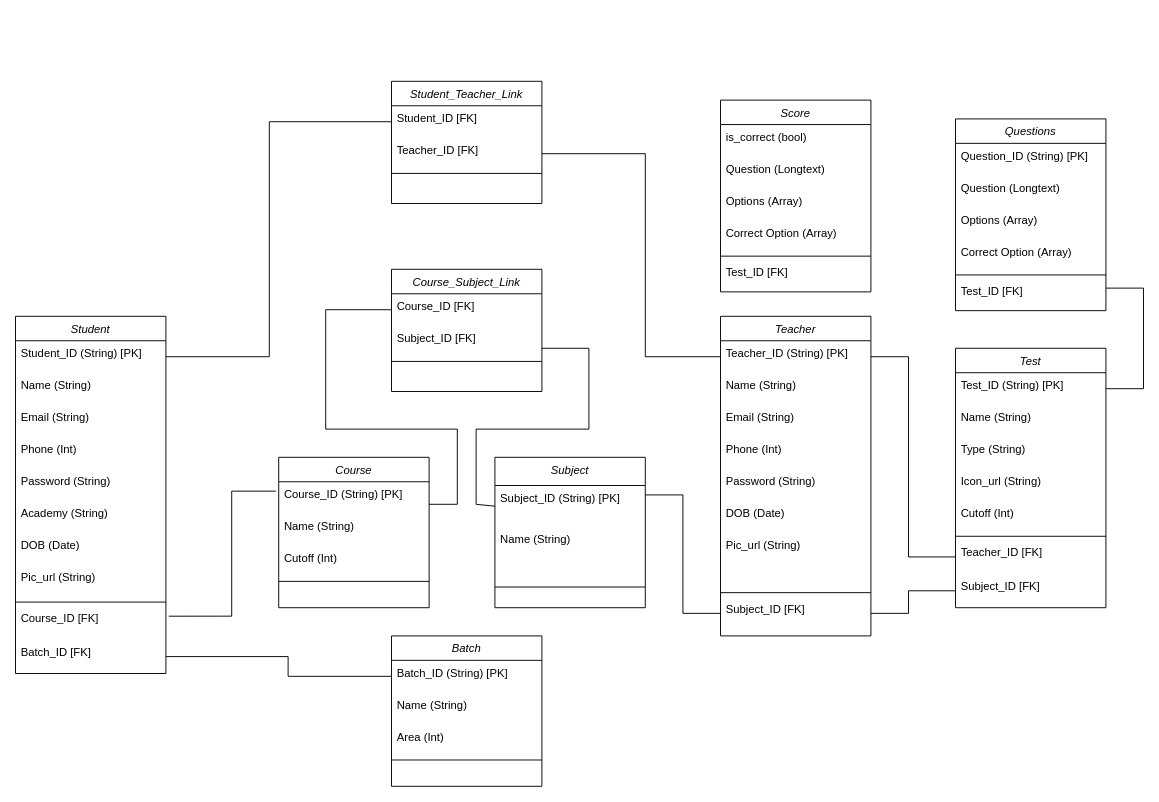
hemangmonga/QuizApp keeps this draw.io diagram as Untitled Diagram.drawio. Above is the earlier version. Source tidied: cells renumbered, new cells numbered last; positions are measured from the earlier drawing's top-left corner, leaving out a move shared by most shapes. Both pictures are drawn from the tidied source at 94%, with x=0, y=0 at pixel (15, 81).
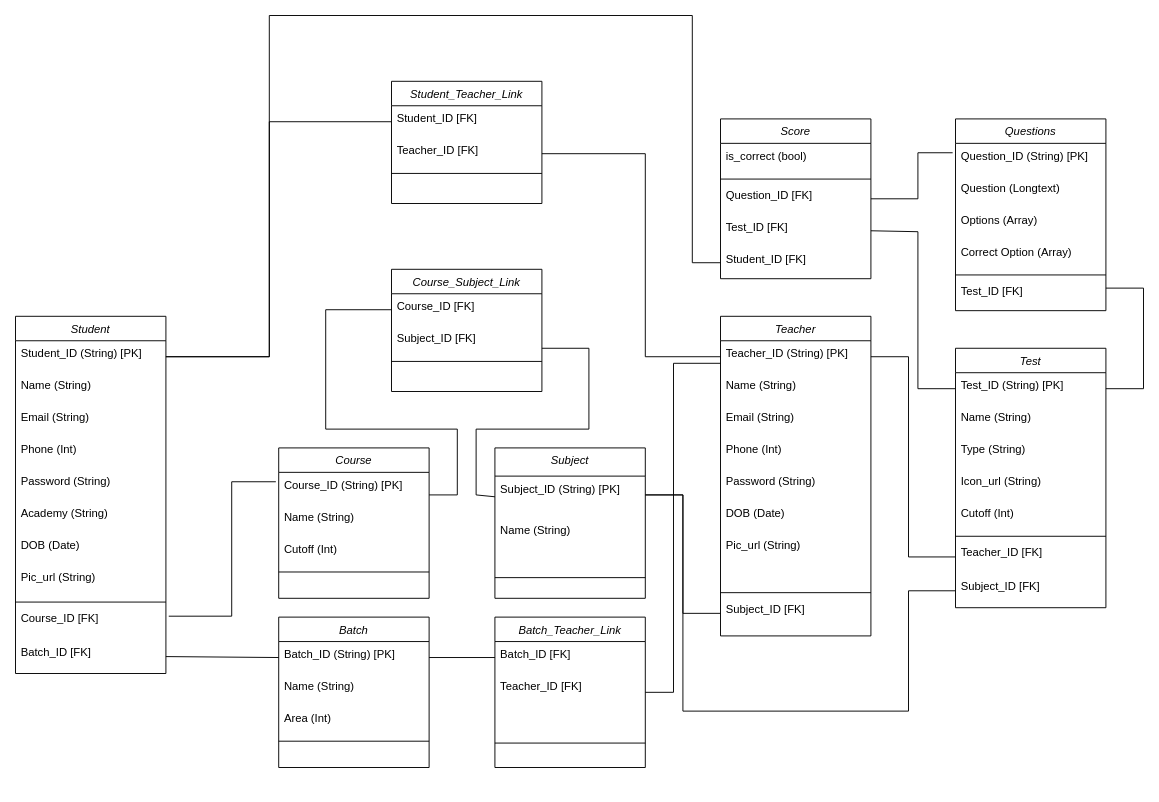
Above is the later version.

Unchanged cells that the change refers to:
```xml
<mxCell id="3" value="Student_ID (String) [PK]" style="text;align=left;verticalAlign=top;spacingLeft=4;spacingRight=4;overflow=hidden;points=[[0,0.5],[1,0.5]];portConstraint=eastwest;" parent="2" vertex="1">
  <mxGeometry y="26" width="160" height="34" as="geometry" />
</mxCell>
<mxCell id="12" value="Course_ID [FK]" style="text;align=left;verticalAlign=top;spacingLeft=4;spacingRight=4;overflow=hidden;points=[[0,0.5],[1,0.5]];portConstraint=eastwest;" parent="2" vertex="1">
  <mxGeometry y="308" width="160" height="36" as="geometry" />
</mxCell>
<mxCell id="13" value="Batch_ID [FK]" style="text;align=left;verticalAlign=top;spacingLeft=4;spacingRight=4;overflow=hidden;points=[[0,0.5],[1,0.5]];portConstraint=eastwest;" parent="2" vertex="1">
  <mxGeometry y="344" width="160" height="36" as="geometry" />
</mxCell>
<mxCell id="15" value="Course_ID (String) [PK]" style="text;align=left;verticalAlign=top;spacingLeft=4;spacingRight=4;overflow=hidden;points=[[0,0.5],[1,0.5]];portConstraint=eastwest;" parent="14" vertex="1">
  <mxGeometry y="26" width="160" height="34" as="geometry" />
</mxCell>
<mxCell id="21" value="Batch_ID (String) [PK]" style="text;align=left;verticalAlign=top;spacingLeft=4;spacingRight=4;overflow=hidden;points=[[0,0.5],[1,0.5]];portConstraint=eastwest;" parent="20" vertex="1">
  <mxGeometry y="26" width="160" height="34" as="geometry" />
</mxCell>
<mxCell id="27" value="Subject_ID (String) [PK]" style="text;align=left;verticalAlign=top;spacingLeft=4;spacingRight=4;overflow=hidden;points=[[0,0.5],[1,0.5]];portConstraint=eastwest;" parent="26" vertex="1">
  <mxGeometry y="30" width="160" height="44" as="geometry" />
</mxCell>
<mxCell id="31" value="Course_ID [FK]" style="text;align=left;verticalAlign=top;spacingLeft=4;spacingRight=4;overflow=hidden;points=[[0,0.5],[1,0.5]];portConstraint=eastwest;" parent="30" vertex="1">
  <mxGeometry y="26" width="160" height="34" as="geometry" />
</mxCell>
<mxCell id="32" value="Subject_ID [FK]&#10; " style="text;align=left;verticalAlign=top;spacingLeft=4;spacingRight=4;overflow=hidden;points=[[0,0.5],[1,0.5]];portConstraint=eastwest;" parent="30" vertex="1">
  <mxGeometry y="60" width="160" height="34" as="geometry" />
</mxCell>
<mxCell id="45" value="Subject_ID [FK]" style="text;align=left;verticalAlign=top;spacingLeft=4;spacingRight=4;overflow=hidden;points=[[0,0.5],[1,0.5]];portConstraint=eastwest;" parent="36" vertex="1">
  <mxGeometry y="298" width="160" height="36" as="geometry" />
</mxCell>
<mxCell id="54" value="Test_ID (String) [PK]" style="text;align=left;verticalAlign=top;spacingLeft=4;spacingRight=4;overflow=hidden;points=[[0,0.5],[1,0.5]];portConstraint=eastwest;" parent="53" vertex="1">
  <mxGeometry y="26" width="160" height="34" as="geometry" />
</mxCell>
<mxCell id="61" value="Subject_ID [FK]" style="text;align=left;verticalAlign=top;spacingLeft=4;spacingRight=4;overflow=hidden;points=[[0,0.5],[1,0.5]];portConstraint=eastwest;" parent="53" vertex="1">
  <mxGeometry y="240" width="160" height="36" as="geometry" />
</mxCell>
<mxCell id="65" value="Question_ID (String) [PK]" style="text;align=left;verticalAlign=top;spacingLeft=4;spacingRight=4;overflow=hidden;points=[[0,0.5],[1,0.5]];portConstraint=eastwest;" parent="64" vertex="1">
  <mxGeometry y="26" width="160" height="34" as="geometry" />
</mxCell>
```

Change to the diagram source:
```diff
@@
     <mxCell id="14" value="Course" style="swimlane;fontStyle=2;align=center;verticalAlign=top;horizontal=1;startSize=26;rounded=0;shadow=0;strokeWidth=1;" parent="1" vertex="1">
-      <mxGeometry x="280" y="400" width="160" height="160" as="geometry" />
+      <mxGeometry x="280" y="390" width="160" height="160" as="geometry" />
     </mxCell>
@@
     <mxCell id="19" style="endArrow=none;html=1;rounded=0;exitX=1.019;exitY=0.306;exitDx=0;exitDy=0;exitPerimeter=0;entryX=-0.019;entryY=0.294;entryDx=0;entryDy=0;entryPerimeter=0;" parent="1" edge="1" source="12" target="15">
       <mxGeometry relative="1" as="geometry">
         <Array as="points">
           <mxPoint x="230" y="569" />
-          <mxPoint x="230" y="436" />
+          <mxPoint x="230" y="426" />
         </Array>
       </mxGeometry>
     </mxCell>
     <mxCell id="20" value="Batch" style="swimlane;fontStyle=2;align=center;verticalAlign=top;horizontal=1;startSize=26;rounded=0;shadow=0;strokeWidth=1;" parent="1" vertex="1">
-      <mxGeometry x="400" y="590" width="160" height="160" as="geometry" />
+      <mxGeometry x="280" y="570" width="160" height="160" as="geometry" />
     </mxCell>
@@
-    <mxCell id="25" style="endArrow=none;html=1;rounded=0;exitX=1;exitY=0.5;exitDx=0;exitDy=0;entryX=0;entryY=0.5;entryDx=0;entryDy=0;" parent="1" edge="1" source="13" target="21">
-      <mxGeometry relative="1" as="geometry">
-        <Array as="points">
-          <mxPoint x="290" y="612" />
-          <mxPoint x="290" y="633" />
-        </Array>
-      </mxGeometry>
-    </mxCell>
     <mxCell id="26" value="Subject" style="swimlane;fontStyle=2;align=center;verticalAlign=top;horizontal=1;startSize=30;rounded=0;shadow=0;strokeWidth=1;" parent="1" vertex="1">
-      <mxGeometry x="510" y="400" width="160" height="160" as="geometry" />
+      <mxGeometry x="510" y="390" width="160" height="160" as="geometry" />
     </mxCell>
@@
     <mxCell id="34" style="endArrow=none;html=1;rounded=0;exitX=1;exitY=0.706;exitDx=0;exitDy=0;exitPerimeter=0;entryX=0;entryY=0.5;entryDx=0;entryDy=0;" parent="1" edge="1" source="15" target="31">
       <mxGeometry relative="1" as="geometry">
         <Array as="points">
-          <mxPoint x="470" y="450" />
+          <mxPoint x="470" y="440" />
           <mxPoint x="470" y="370" />
           <mxPoint x="330" y="370" />
           <mxPoint x="330" y="243" />
         </Array>
       </mxGeometry>
     </mxCell>
     <mxCell id="35" style="endArrow=none;html=1;rounded=0;exitX=1;exitY=0.706;exitDx=0;exitDy=0;exitPerimeter=0;entryX=0;entryY=0.5;entryDx=0;entryDy=0;" parent="1" edge="1" source="32" target="27">
       <mxGeometry relative="1" as="geometry">
         <Array as="points">
           <mxPoint x="610" y="284" />
           <mxPoint x="610" y="370" />
           <mxPoint x="490" y="370" />
-          <mxPoint x="490" y="450" />
+          <mxPoint x="490" y="440" />
         </Array>
       </mxGeometry>
     </mxCell>
@@
-    <mxCell id="62" style="endArrow=none;html=1;rounded=0;exitX=1;exitY=0.5;exitDx=0;exitDy=0;entryX=0;entryY=0.5;entryDx=0;entryDy=0;" parent="1" edge="1" source="45" target="61">
+    <mxCell id="62" style="endArrow=none;html=1;rounded=0;entryX=0;entryY=0.5;entryDx=0;entryDy=0;" parent="1" edge="1" target="61">
       <mxGeometry relative="1" as="geometry">
+        <mxPoint x="670" y="440" as="sourcePoint" />
         <Array as="points">
-          <mxPoint x="950" y="566" />
+          <mxPoint x="710" y="440" />
+          <mxPoint x="710" y="670" />
+          <mxPoint x="950" y="670" />
           <mxPoint x="950" y="542" />
         </Array>
       </mxGeometry>
     </mxCell>
@@
     <mxCell id="72" value="Score" style="swimlane;fontStyle=2;align=center;verticalAlign=top;horizontal=1;startSize=26;rounded=0;shadow=0;strokeWidth=1;" parent="1" vertex="1">
-      <mxGeometry x="750" y="20" width="160" height="204" as="geometry" />
+      <mxGeometry x="750" y="40" width="160" height="170" as="geometry" />
     </mxCell>
@@
+    <mxCell id="77" style="line;html=1;strokeWidth=1;align=left;verticalAlign=middle;spacingTop=-1;spacingLeft=3;spacingRight=3;labelPosition=right;" parent="72" vertex="1">
+      <mxGeometry y="60" width="160" height="8" as="geometry" />
+    </mxCell>
-    <mxCell id="74" value="Question (Longtext) " style="text;align=left;verticalAlign=top;spacingLeft=4;spacingRight=4;overflow=hidden;points=[[0,0.5],[1,0.5]];portConstraint=eastwest;" parent="72" vertex="1">
-      <mxGeometry y="60" width="160" height="34" as="geometry" />
+    <mxCell id="74" value="Question_ID [FK]" style="text;align=left;verticalAlign=top;spacingLeft=4;spacingRight=4;overflow=hidden;points=[[0,0.5],[1,0.5]];portConstraint=eastwest;" parent="72" vertex="1">
+      <mxGeometry y="68" width="160" height="34" as="geometry" />
     </mxCell>
+    <mxCell id="78" value="Test_ID [FK]" style="text;align=left;verticalAlign=top;spacingLeft=4;spacingRight=4;overflow=hidden;points=[[0,0.5],[1,0.5]];portConstraint=eastwest;" parent="72" vertex="1">
+      <mxGeometry y="102" width="160" height="34" as="geometry" />
+    </mxCell>
-    <mxCell id="75" value="Options (Array)" style="text;align=left;verticalAlign=top;spacingLeft=4;spacingRight=4;overflow=hidden;points=[[0,0.5],[1,0.5]];portConstraint=eastwest;" parent="72" vertex="1">
-      <mxGeometry y="94" width="160" height="34" as="geometry" />
+    <mxCell id="75" value="Student_ID [FK]" style="text;align=left;verticalAlign=top;spacingLeft=4;spacingRight=4;overflow=hidden;points=[[0,0.5],[1,0.5]];portConstraint=eastwest;" parent="72" vertex="1">
+      <mxGeometry y="136" width="160" height="34" as="geometry" />
     </mxCell>
-    <mxCell id="76" value="Correct Option (Array)" style="text;align=left;verticalAlign=top;spacingLeft=4;spacingRight=4;overflow=hidden;" parent="72" vertex="1">
-      <mxGeometry y="128" width="160" height="34" as="geometry" />
-    </mxCell>
-    <mxCell id="77" style="line;html=1;strokeWidth=1;align=left;verticalAlign=middle;spacingTop=-1;spacingLeft=3;spacingRight=3;labelPosition=right;" parent="72" vertex="1">
-      <mxGeometry y="162" width="160" height="8" as="geometry" />
-    </mxCell>
-    <mxCell id="78" value="Test_ID [FK]" style="text;align=left;verticalAlign=top;spacingLeft=4;spacingRight=4;overflow=hidden;points=[[0,0.5],[1,0.5]];portConstraint=eastwest;" parent="72" vertex="1">
-      <mxGeometry y="170" width="160" height="34" as="geometry" />
-    </mxCell>
+    <mxCell id="79" value="Batch_Teacher_Link" style="swimlane;fontStyle=2;align=center;verticalAlign=top;horizontal=1;startSize=26;rounded=0;shadow=0;strokeWidth=1;" parent="1" vertex="1">
+      <mxGeometry x="510" y="570" width="160" height="160" as="geometry" />
+    </mxCell>
+    <mxCell id="80" value="Batch_ID [FK]" style="text;align=left;verticalAlign=top;spacingLeft=4;spacingRight=4;overflow=hidden;points=[[0,0.5],[1,0.5]];portConstraint=eastwest;" parent="79" vertex="1">
+      <mxGeometry y="26" width="160" height="34" as="geometry" />
+    </mxCell>
+    <mxCell id="81" value="Teacher_ID [FK]" style="text;align=left;verticalAlign=top;spacingLeft=4;spacingRight=4;overflow=hidden;points=[[0,0.5],[1,0.5]];portConstraint=eastwest;" parent="79" vertex="1">
+      <mxGeometry y="60" width="160" height="70" as="geometry" />
+    </mxCell>
+    <mxCell id="82" style="line;html=1;strokeWidth=1;align=left;verticalAlign=middle;spacingTop=-1;spacingLeft=3;spacingRight=3;labelPosition=right;" parent="79" vertex="1">
+      <mxGeometry y="130" width="160" height="8" as="geometry" />
+    </mxCell>
+    <mxCell id="25" style="endArrow=none;html=1;rounded=0;entryX=0;entryY=0.5;entryDx=0;entryDy=0;exitX=1;exitY=0.5;exitDx=0;exitDy=0;" parent="1" edge="1" source="13" target="21">
+      <mxGeometry relative="1" as="geometry" />
+    </mxCell>
+    <mxCell id="83" style="endArrow=none;html=1;rounded=0;entryX=0;entryY=0.5;entryDx=0;entryDy=0;exitX=1;exitY=0.5;exitDx=0;exitDy=0;" parent="1" edge="1" source="21" target="80">
+      <mxGeometry relative="1" as="geometry" />
+    </mxCell>
+    <mxCell id="84" style="endArrow=none;html=1;rounded=0;exitX=1;exitY=0.286;exitDx=0;exitDy=0;exitPerimeter=0;" parent="1" edge="1" source="81">
+      <mxGeometry relative="1" as="geometry">
+        <mxPoint x="750" y="300" as="targetPoint" />
+        <Array as="points">
+          <mxPoint x="700" y="650" />
+          <mxPoint x="700" y="300" />
+        </Array>
+      </mxGeometry>
+    </mxCell>
+    <mxCell id="85" style="endArrow=none;html=1;rounded=0;entryX=0;entryY=0.5;entryDx=0;entryDy=0;exitX=1;exitY=0.5;exitDx=0;exitDy=0;" parent="1" edge="1" source="78" target="54">
+      <mxGeometry relative="1" as="geometry">
+        <Array as="points">
+          <mxPoint x="960" y="160" />
+          <mxPoint x="960" y="327" />
+        </Array>
+      </mxGeometry>
+    </mxCell>
+    <mxCell id="86" style="endArrow=none;html=1;rounded=0;entryX=-0.019;entryY=0.294;entryDx=0;entryDy=0;exitX=1;exitY=0.5;exitDx=0;exitDy=0;entryPerimeter=0;" parent="1" edge="1" source="74" target="65">
+      <mxGeometry relative="1" as="geometry">
+        <Array as="points">
+          <mxPoint x="960" y="125" />
+          <mxPoint x="960" y="76" />
+        </Array>
+      </mxGeometry>
+    </mxCell>
+    <mxCell id="87" style="endArrow=none;html=1;rounded=0;entryX=0;entryY=0.5;entryDx=0;entryDy=0;exitX=1;exitY=0.5;exitDx=0;exitDy=0;" parent="1" edge="1" source="3" target="75">
+      <mxGeometry relative="1" as="geometry">
+        <Array as="points">
+          <mxPoint x="270" y="293" />
+          <mxPoint x="270" y="-70" />
+          <mxPoint x="720" y="-70" />
+          <mxPoint x="720" y="193" />
+        </Array>
+      </mxGeometry>
+    </mxCell>
```
